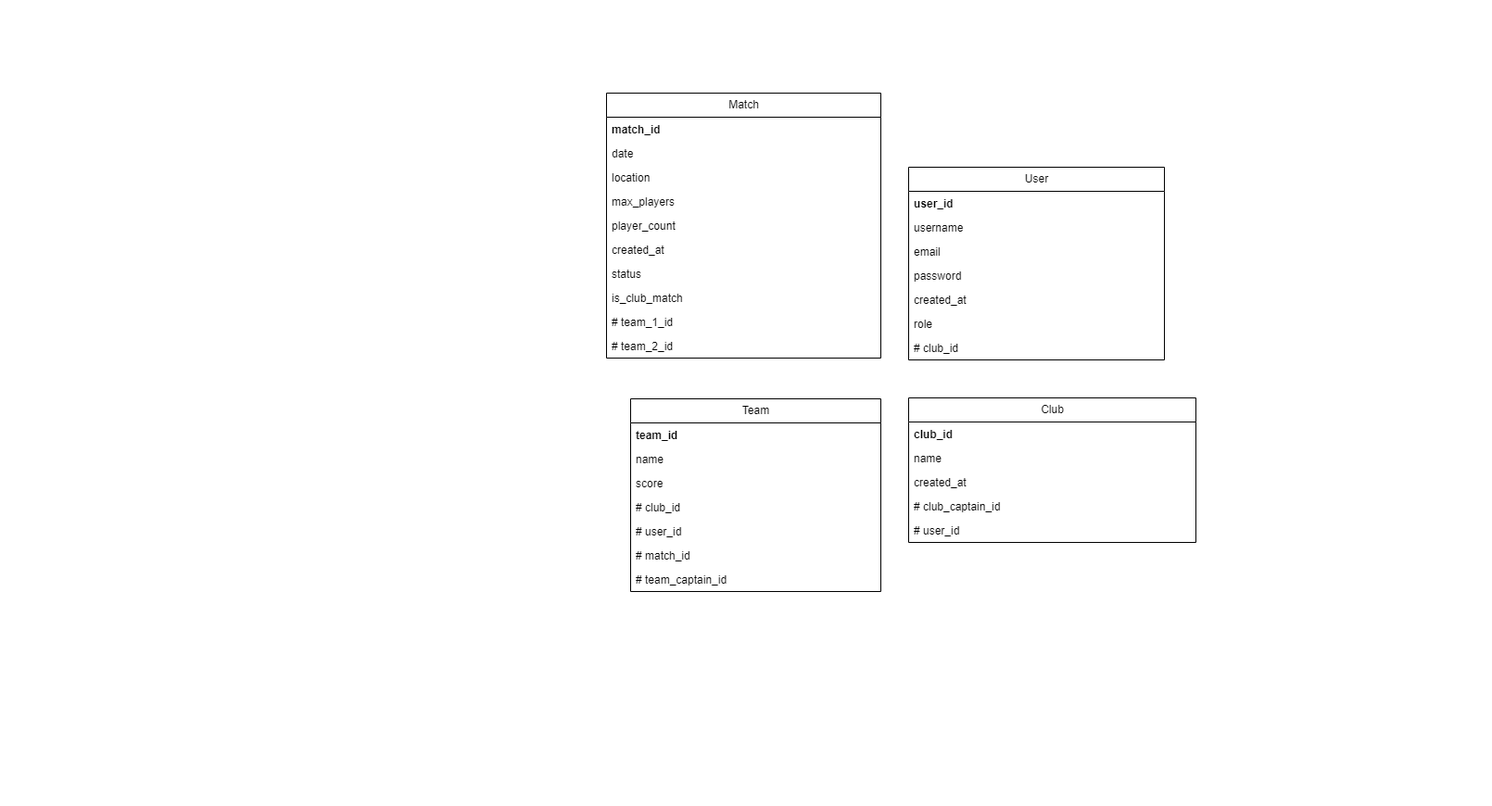
Earlier version of the draw.io export MLD.drawio.png (Mathistrg/Styx). Source tidied: cells renumbered, new cells last; positions are measured from the earlier drawing's top-left corner, leaving out a move shared by most shapes.
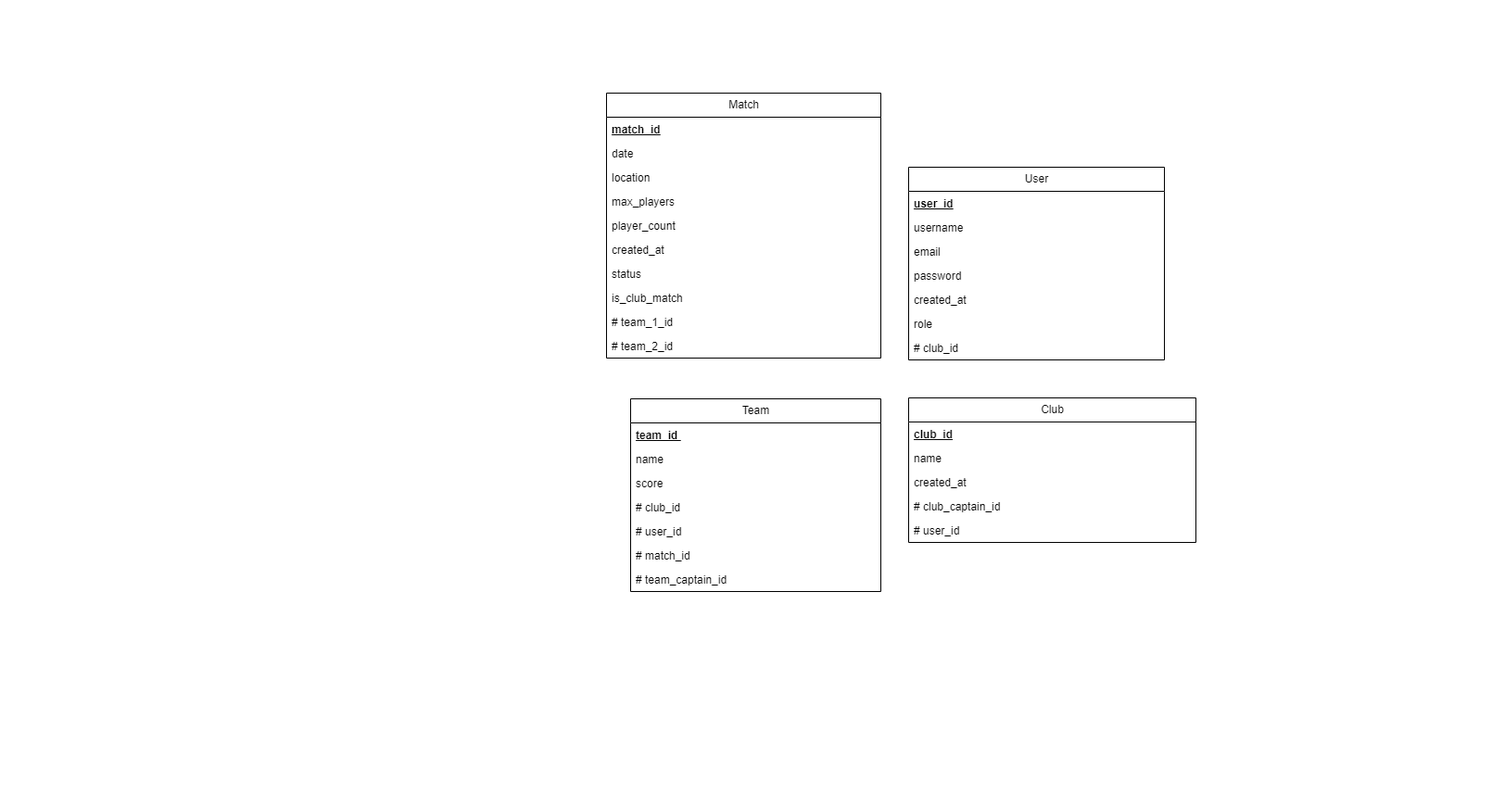
Above is the later version.

Commit message:
Mettre à jour MLD.drawio.png

Diff of the diagram source:
```diff
@@ -8,7 +8,7 @@
     <mxCell id="3" value="User" style="swimlane;fontStyle=0;horizontal=1;startSize=26;fillColor=none;html=1;" parent="1" vertex="1">
       <mxGeometry x="980" y="180" width="276" height="208" as="geometry" />
     </mxCell>
-    <mxCell id="4" value="&lt;b&gt;user_id&lt;span style=&quot;white-space: pre;&quot;&gt;&#9;&lt;/span&gt;&lt;/b&gt;" style="text;strokeColor=none;fillColor=none;align=left;verticalAlign=top;spacingLeft=4;spacingRight=4;overflow=hidden;whiteSpace=wrap;html=1;" parent="3" vertex="1">
+    <mxCell id="4" value="&lt;b&gt;&lt;u&gt;user_id&lt;/u&gt;&lt;/b&gt;" style="text;strokeColor=none;fillColor=none;align=left;verticalAlign=top;spacingLeft=4;spacingRight=4;overflow=hidden;whiteSpace=wrap;html=1;" parent="3" vertex="1">
       <mxGeometry y="26" width="276" height="26" as="geometry" />
     </mxCell>
     <mxCell id="5" value="username&lt;span style=&quot;white-space: pre;&quot;&gt;&#9;&lt;/span&gt;&lt;span style=&quot;white-space: pre;&quot;&gt;&#9;&lt;/span&gt;" style="text;strokeColor=none;fillColor=none;align=left;verticalAlign=top;spacingLeft=4;spacingRight=4;overflow=hidden;whiteSpace=wrap;html=1;" parent="3" vertex="1">
@@ -32,7 +32,7 @@
     <mxCell id="11" value="Match" style="swimlane;fontStyle=0;horizontal=1;startSize=26;fillColor=none;html=1;" parent="1" vertex="1">
       <mxGeometry x="654" y="100" width="296" height="286" as="geometry" />
     </mxCell>
-    <mxCell id="12" value="&lt;b&gt;match_id&lt;span style=&quot;white-space: pre;&quot;&gt;&#9;&lt;/span&gt;&lt;span style=&quot;white-space: pre;&quot;&gt;&#9;&lt;/span&gt;&lt;/b&gt;" style="text;strokeColor=none;fillColor=none;align=left;verticalAlign=top;spacingLeft=4;spacingRight=4;overflow=hidden;whiteSpace=wrap;html=1;" parent="11" vertex="1">
+    <mxCell id="12" value="&lt;b&gt;&lt;u&gt;match_id&lt;/u&gt;&lt;/b&gt;" style="text;strokeColor=none;fillColor=none;align=left;verticalAlign=top;spacingLeft=4;spacingRight=4;overflow=hidden;whiteSpace=wrap;html=1;" parent="11" vertex="1">
       <mxGeometry y="26" width="296" height="26" as="geometry" />
     </mxCell>
     <mxCell id="13" value="date&lt;span style=&quot;white-space: pre;&quot;&gt;&#9;&lt;/span&gt;&lt;span style=&quot;white-space: pre;&quot;&gt;&#9;&lt;/span&gt;&lt;span style=&quot;white-space: pre;&quot;&gt;&#9;&lt;/span&gt;" style="text;strokeColor=none;fillColor=none;align=left;verticalAlign=top;spacingLeft=4;spacingRight=4;overflow=hidden;whiteSpace=wrap;html=1;" parent="11" vertex="1">
@@ -65,7 +65,7 @@
     <mxCell id="22" value="Club" style="swimlane;fontStyle=0;horizontal=1;startSize=26;fillColor=none;html=1;" parent="1" vertex="1">
       <mxGeometry x="980" y="429" width="310" height="156" as="geometry" />
     </mxCell>
-    <mxCell id="23" value="&lt;b&gt;club_id&lt;/b&gt;" style="text;strokeColor=none;fillColor=none;align=left;verticalAlign=top;spacingLeft=4;spacingRight=4;overflow=hidden;whiteSpace=wrap;html=1;" parent="22" vertex="1">
+    <mxCell id="23" value="&lt;b&gt;&lt;u&gt;club_id&lt;/u&gt;&lt;/b&gt;" style="text;strokeColor=none;fillColor=none;align=left;verticalAlign=top;spacingLeft=4;spacingRight=4;overflow=hidden;whiteSpace=wrap;html=1;" parent="22" vertex="1">
       <mxGeometry y="26" width="310" height="26" as="geometry" />
     </mxCell>
     <mxCell id="24" value="name&lt;span style=&quot;white-space: pre;&quot;&gt;&#9;&lt;/span&gt;&lt;span style=&quot;white-space: pre;&quot;&gt;&#9;&lt;/span&gt;" style="text;strokeColor=none;fillColor=none;align=left;verticalAlign=top;spacingLeft=4;spacingRight=4;overflow=hidden;whiteSpace=wrap;html=1;" parent="22" vertex="1">
@@ -83,7 +83,7 @@
     <mxCell id="28" value="Team" style="swimlane;fontStyle=0;horizontal=1;startSize=26;fillColor=none;html=1;" parent="1" vertex="1">
       <mxGeometry x="680" y="430" width="270" height="208" as="geometry" />
     </mxCell>
-    <mxCell id="29" value="&lt;b&gt;team_id&amp;nbsp;&lt;/b&gt;" style="text;strokeColor=none;fillColor=none;align=left;verticalAlign=top;spacingLeft=4;spacingRight=4;overflow=hidden;whiteSpace=wrap;html=1;" parent="28" vertex="1">
+    <mxCell id="29" value="&lt;b&gt;&lt;u&gt;team_id&amp;nbsp;&lt;/u&gt;&lt;/b&gt;" style="text;strokeColor=none;fillColor=none;align=left;verticalAlign=top;spacingLeft=4;spacingRight=4;overflow=hidden;whiteSpace=wrap;html=1;" parent="28" vertex="1">
       <mxGeometry y="26" width="270" height="26" as="geometry" />
     </mxCell>
     <mxCell id="30" value="name&lt;span style=&quot;white-space: pre;&quot;&gt;&#9;&lt;/span&gt;&lt;span style=&quot;white-space: pre;&quot;&gt;&#9;&lt;/span&gt;" style="text;strokeColor=none;fillColor=none;align=left;verticalAlign=top;spacingLeft=4;spacingRight=4;overflow=hidden;whiteSpace=wrap;html=1;" parent="28" vertex="1">
```
